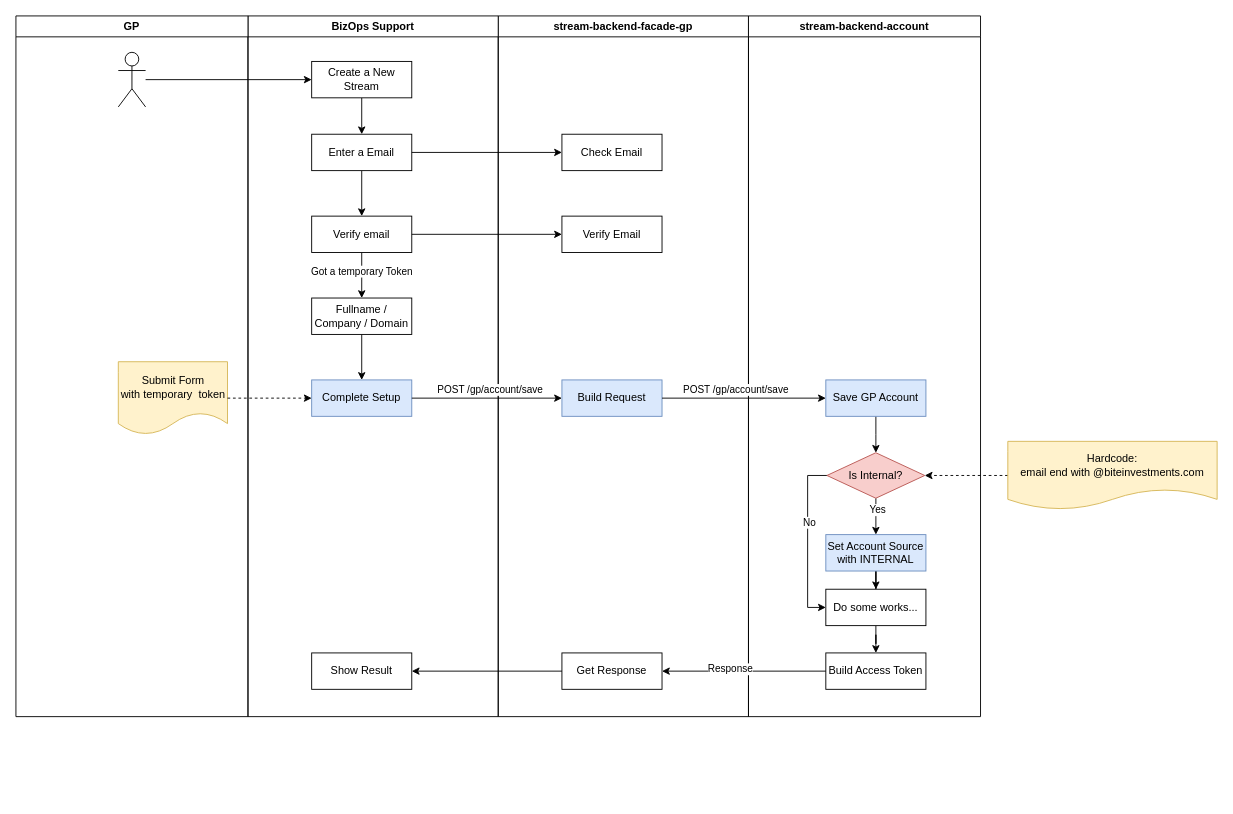
This is biz_ops_account.drawio from fast-dev/fast-dev.github.io, a draw.io file, before an edit. Source tidied: cells renumbered, new cells numbered last; positions are measured from the earlier drawing's top-left corner, leaving out a move shared by most shapes. Both pictures are drawn from the tidied source at 91%, with x=0, y=0 at pixel (15, 15).
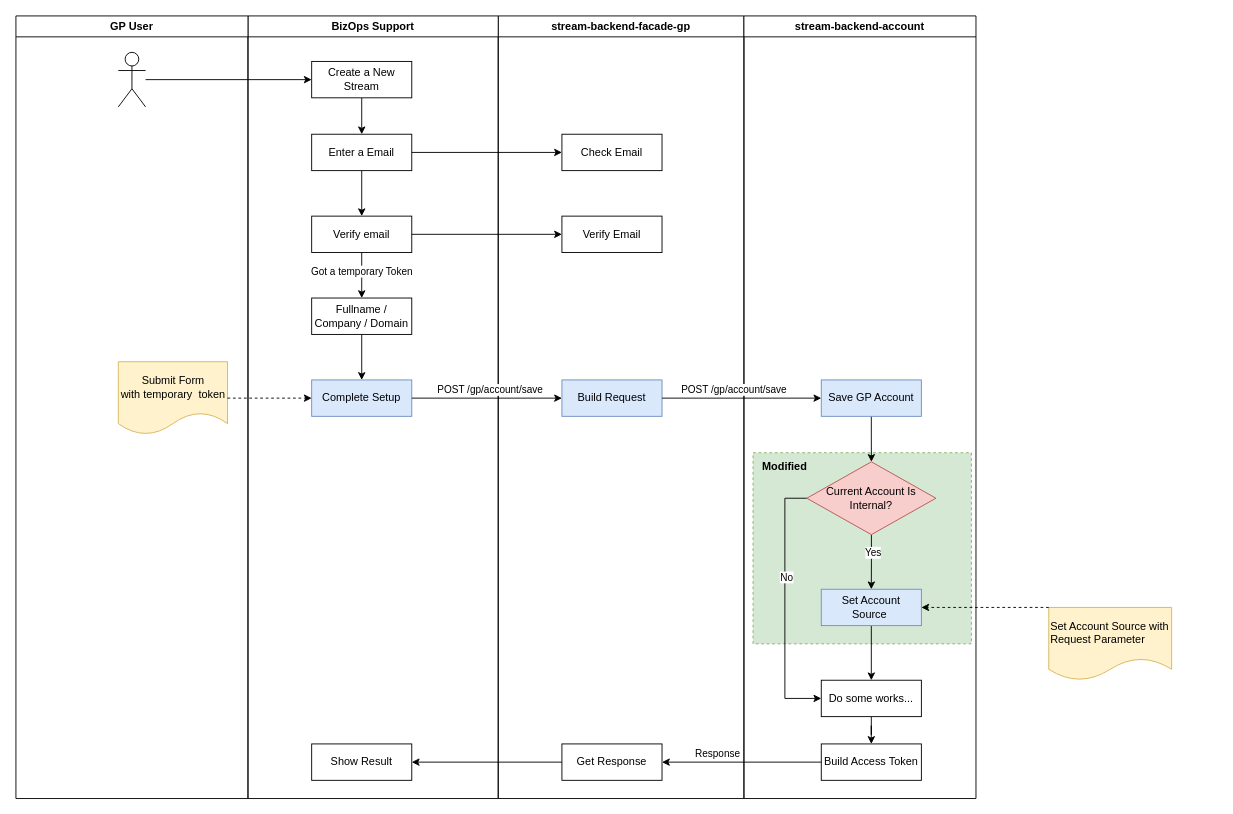
The same page after the edit.

The change refers to these unchanged cells:
```xml
<mxCell id="23" value="Create a New Stream" style="rounded=0;whiteSpace=wrap;html=1;" parent="21" vertex="1">
  <mxGeometry x="70" y="50" width="110" height="40" as="geometry" />
</mxCell>
<mxCell id="36" style="shape=umlActor;verticalLabelPosition=bottom;verticalAlign=top;html=1;outlineConnect=0;" parent="35" vertex="1">
  <mxGeometry x="112.5" y="40" width="30" height="60" as="geometry" />
</mxCell>
<mxCell id="43" style="edgeStyle=orthogonalEdgeStyle;rounded=0;jettySize=auto;html=1;" parent="1" edge="1" source="11" target="7">
  <mxGeometry relative="1" as="geometry" />
</mxCell>
```

The edit, as a diff of the source:
```diff
@@
-    <mxCell id="2" style="edgeStyle=orthogonalEdgeStyle;rounded=0;jettySize=auto;html=1;entryX=0;entryY=0.5;entryDx=0;entryDy=0;" parent="1" edge="1" source="36" target="23">
-      <mxGeometry relative="1" as="geometry" />
-    </mxCell>
-    <mxCell id="3" value="stream-backend-facade-gp" style="swimlane;whiteSpace=wrap;html=1;" parent="1" vertex="1">
-      <mxGeometry x="530" width="275" height="770" as="geometry" />
+    <mxCell id="3" value="stream-backend-facade-gp" style="swimlane;whiteSpace=wrap;html=1;fontStyle=1;" parent="1" vertex="1">
+      <mxGeometry x="530" width="270" height="860" as="geometry" />
     </mxCell>
@@
     <mxCell id="7" value="Get Response" style="rounded=0;whiteSpace=wrap;html=1;" parent="3" vertex="1">
-      <mxGeometry x="70" y="700" width="110" height="40" as="geometry" />
+      <mxGeometry x="70" y="800" width="110" height="40" as="geometry" />
     </mxCell>
+    <mxCell id="48" style="rounded=0;whiteSpace=wrap;html=1;fillColor=#d5e8d4;strokeColor=#82b366;dashed=1;" parent="3" vertex="1">
+      <mxGeometry x="280" y="480" width="240" height="210" as="geometry" />
+    </mxCell>
+    <mxCell id="49" value="Set Account Source with Request Parameter" style="shape=document;whiteSpace=wrap;html=1;boundedLbl=1;fillColor=#fff2cc;strokeColor=#d6b656;align=left;" parent="3" vertex="1">
+      <mxGeometry x="605" y="650" width="135" height="80" as="geometry" />
+    </mxCell>
+    <mxCell id="50" value="Modified" style="text;html=1;strokeColor=none;fillColor=none;align=center;verticalAlign=middle;whiteSpace=wrap;rounded=0;fontStyle=1;" parent="3" vertex="1">
+      <mxGeometry x="270" y="480" width="90" height="30" as="geometry" />
+    </mxCell>
+    <mxCell id="2" style="edgeStyle=orthogonalEdgeStyle;rounded=0;jettySize=auto;html=1;entryX=0;entryY=0.5;entryDx=0;entryDy=0;" parent="1" edge="1" source="36" target="23">
+      <mxGeometry relative="1" as="geometry" />
+    </mxCell>
     <mxCell id="8" value="stream-backend-account" style="swimlane;whiteSpace=wrap;html=1;" parent="1" vertex="1">
-      <mxGeometry x="805" width="255" height="770" as="geometry" />
+      <mxGeometry x="800" width="255" height="860" as="geometry" />
     </mxCell>
@@
     <mxCell id="11" value="Build Access Token" style="rounded=0;whiteSpace=wrap;html=1;" parent="8" vertex="1">
-      <mxGeometry x="85" y="700" width="110" height="40" as="geometry" />
+      <mxGeometry x="85" y="800" width="110" height="40" as="geometry" />
     </mxCell>
@@
     <mxCell id="14" style="edgeStyle=orthogonalEdgeStyle;rounded=0;jettySize=auto;html=1;entryX=0;entryY=0.5;entryDx=0;entryDy=0;" parent="8" edge="1" source="16" target="20">
       <mxGeometry relative="1" as="geometry">
         <Array as="points">
-          <mxPoint x="65" y="505" />
-          <mxPoint x="65" y="650" />
+          <mxPoint x="45" y="530" />
+          <mxPoint x="45" y="750" />
         </Array>
       </mxGeometry>
     </mxCell>
@@
-    <mxCell id="16" value="Is Internal?" style="rhombus;whiteSpace=wrap;html=1;fillColor=#f8cecc;strokeColor=#b85450;" parent="8" vertex="1">
-      <mxGeometry x="86.2" y="480" width="107.5" height="50" as="geometry" />
+    <mxCell id="16" value="Current Account Is Internal?" style="rhombus;whiteSpace=wrap;html=1;fillColor=#f8cecc;strokeColor=#b85450;" parent="8" vertex="1">
+      <mxGeometry x="69.1" y="490" width="141.9" height="80" as="geometry" />
     </mxCell>
@@
-    <mxCell id="18" value="Set Account Source with&amp;nbsp;INTERNAL" style="rounded=0;whiteSpace=wrap;html=1;fillColor=#dae8fc;strokeColor=#6c8ebf;" parent="8" vertex="1">
-      <mxGeometry x="85" y="570" width="110" height="40" as="geometry" />
+    <mxCell id="18" value="Set Account Source&amp;nbsp;" style="rounded=0;whiteSpace=wrap;html=1;fillColor=#dae8fc;strokeColor=#6c8ebf;" parent="8" vertex="1">
+      <mxGeometry x="85" y="630" width="110" height="40" as="geometry" />
     </mxCell>
@@
     <mxCell id="20" value="Do some works..." style="rounded=0;whiteSpace=wrap;html=1;" parent="8" vertex="1">
-      <mxGeometry x="85" y="630" width="110" height="40" as="geometry" />
+      <mxGeometry x="85" y="730" width="110" height="40" as="geometry" />
     </mxCell>
     <mxCell id="21" value="BizOps Support" style="swimlane;whiteSpace=wrap;html=1;" parent="1" vertex="1">
-      <mxGeometry x="255" width="275" height="770" as="geometry" />
+      <mxGeometry x="255" width="275" height="860" as="geometry" />
     </mxCell>
@@
     <mxCell id="32" value="Show Result" style="rounded=0;whiteSpace=wrap;html=1;" parent="21" vertex="1">
-      <mxGeometry x="70" y="700" width="110" height="40" as="geometry" />
+      <mxGeometry x="70" y="800" width="110" height="40" as="geometry" />
     </mxCell>
@@
-    <mxCell id="35" value="GP" style="swimlane;whiteSpace=wrap;html=1;" parent="1" vertex="1">
-      <mxGeometry width="255" height="770" as="geometry" />
+    <mxCell id="35" value="GP User" style="swimlane;whiteSpace=wrap;html=1;" parent="1" vertex="1">
+      <mxGeometry width="255" height="860" as="geometry" />
     </mxCell>
@@
     <mxCell id="44" value="Response" style="edgeLabel;html=1;align=center;verticalAlign=middle;" parent="43" vertex="1">
-      <mxGeometry x="0.18" y="-3" relative="1" as="geometry" />
+      <mxGeometry x="0.18" y="-3" relative="1" as="geometry">
+        <mxPoint x="-12" y="-7" as="offset" />
+      </mxGeometry>
     </mxCell>
@@
-    <mxCell id="46" style="edgeStyle=orthogonalEdgeStyle;rounded=0;jettySize=auto;html=1;entryX=1;entryY=0.5;entryDx=0;entryDy=0;dashed=1;" parent="1" edge="1" source="47" target="16">
-      <mxGeometry relative="1" as="geometry" />
-    </mxCell>
-    <mxCell id="47" value="Hardcode:&lt;br&gt;email end with @biteinvestments.com" style="shape=document;whiteSpace=wrap;html=1;boundedLbl=1;fillColor=#fff2cc;strokeColor=#d6b656;" parent="1" vertex="1">
-      <mxGeometry x="1090" y="467.5" width="230" height="75" as="geometry" />
-    </mxCell>
+    <mxCell id="51" style="edgeStyle=orthogonalEdgeStyle;rounded=0;jettySize=auto;html=1;dashed=1;" parent="1" edge="1" source="49" target="18">
+      <mxGeometry relative="1" as="geometry">
+        <Array as="points">
+          <mxPoint x="1120" y="650" />
+          <mxPoint x="1120" y="650" />
+        </Array>
+      </mxGeometry>
+    </mxCell>
```
